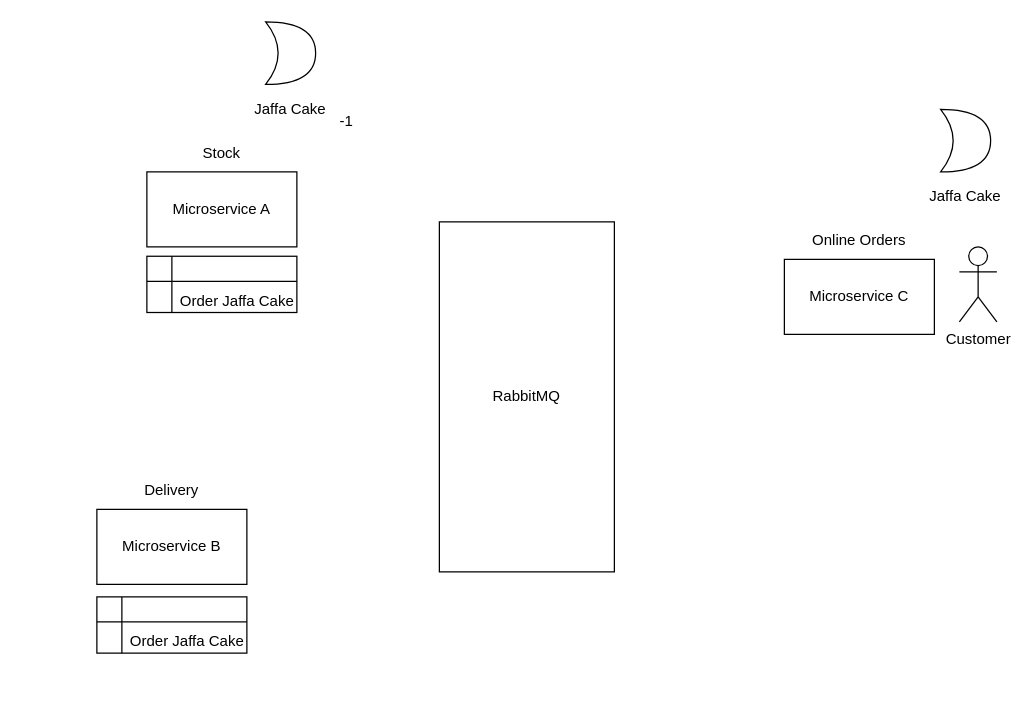
128BitStudios/microservices_nestjs_rabbitmq_course keeps this draw.io diagram as docs/arch-diagram.drawio. Above is the earlier version. Source tidied: cells renumbered, new cells numbered last; positions are measured from the earlier drawing's top-left corner, leaving out a move shared by most shapes. Both pictures are drawn from the tidied source at 125%, with x=0, y=0 at pixel (96, 21).
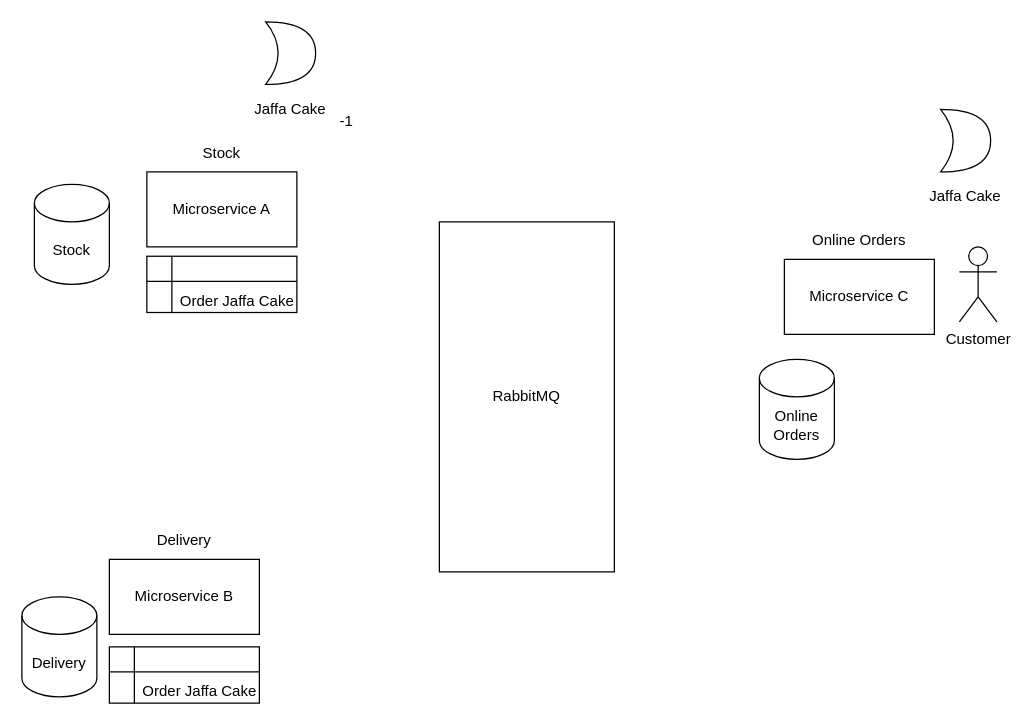
Above is the later version.

The edit, as a diff of the source:
```diff
@@
 <mxGraphModel>
   <root>
     <mxCell id="0" />
     <mxCell id="1" parent="0" />
     <mxCell id="2" value="Microservice A" style="rounded=0;whiteSpace=wrap;html=1;" parent="1" vertex="1">
       <mxGeometry x="40" y="120" width="120" height="60" as="geometry" />
     </mxCell>
     <mxCell id="3" value="Microservice B" style="rounded=0;whiteSpace=wrap;html=1;" parent="1" vertex="1">
-      <mxGeometry y="390" width="120" height="60" as="geometry" />
+      <mxGeometry x="10" y="430" width="120" height="60" as="geometry" />
     </mxCell>
     <mxCell id="4" value="Microservice C" style="rounded=0;whiteSpace=wrap;html=1;" parent="1" vertex="1">
       <mxGeometry x="550" y="190" width="120" height="60" as="geometry" />
     </mxCell>
     <mxCell id="5" value="RabbitMQ" style="rounded=0;whiteSpace=wrap;html=1;" parent="1" vertex="1">
       <mxGeometry x="274" y="160" width="140" height="280" as="geometry" />
     </mxCell>
     <mxCell id="6" value="Online Orders" style="text;html=1;strokeColor=none;fillColor=none;align=center;verticalAlign=middle;whiteSpace=wrap;rounded=0;" parent="1" vertex="1">
       <mxGeometry x="570" y="160" width="80" height="30" as="geometry" />
     </mxCell>
     <mxCell id="7" value="Stock" style="text;html=1;strokeColor=none;fillColor=none;align=center;verticalAlign=middle;whiteSpace=wrap;rounded=0;" parent="1" vertex="1">
       <mxGeometry x="60" y="90" width="80" height="30" as="geometry" />
     </mxCell>
     <mxCell id="8" value="Delivery" style="text;html=1;strokeColor=none;fillColor=none;align=center;verticalAlign=middle;whiteSpace=wrap;rounded=0;" parent="1" vertex="1">
-      <mxGeometry x="20" y="360" width="80" height="30" as="geometry" />
+      <mxGeometry x="30" y="400" width="80" height="30" as="geometry" />
     </mxCell>
     <mxCell id="9" value="Customer" style="shape=umlActor;verticalLabelPosition=bottom;verticalAlign=top;html=1;" parent="1" vertex="1">
       <mxGeometry x="690" y="180" width="30" height="60" as="geometry" />
     </mxCell>
     <mxCell id="10" style="shape=xor;whiteSpace=wrap;html=1;" parent="1" vertex="1">
       <mxGeometry x="675" y="70" width="40" height="50" as="geometry" />
     </mxCell>
     <mxCell id="11" value="Jaffa Cake" style="text;html=1;strokeColor=none;fillColor=none;align=center;verticalAlign=middle;whiteSpace=wrap;rounded=0;" parent="1" vertex="1">
       <mxGeometry x="660" y="130" width="70" height="20" as="geometry" />
     </mxCell>
     <mxCell id="12" value="Order Jaffa Cake" style="shape=internalStorage;whiteSpace=wrap;html=1;backgroundOutline=1;align=right;verticalAlign=bottom;" parent="1" vertex="1">
       <mxGeometry x="40" y="187.5" width="120" height="45" as="geometry" />
     </mxCell>
     <mxCell id="13" value="Order Jaffa Cake" style="shape=internalStorage;whiteSpace=wrap;html=1;backgroundOutline=1;align=right;verticalAlign=bottom;" parent="1" vertex="1">
-      <mxGeometry y="460" width="120" height="45" as="geometry" />
+      <mxGeometry x="10" y="500" width="120" height="45" as="geometry" />
     </mxCell>
     <mxCell id="14" value="-1" style="text;html=1;strokeColor=none;fillColor=none;align=center;verticalAlign=middle;whiteSpace=wrap;rounded=0;" parent="1" vertex="1">
       <mxGeometry x="180" y="70" width="40" height="20" as="geometry" />
     </mxCell>
     <mxCell id="15" style="shape=xor;whiteSpace=wrap;html=1;" parent="1" vertex="1">
       <mxGeometry x="135" width="40" height="50" as="geometry" />
     </mxCell>
     <mxCell id="16" value="Jaffa Cake" style="text;html=1;strokeColor=none;fillColor=none;align=center;verticalAlign=middle;whiteSpace=wrap;rounded=0;" parent="1" vertex="1">
       <mxGeometry x="120" y="60" width="70" height="20" as="geometry" />
     </mxCell>
+    <mxCell id="17" value="Stock" style="shape=cylinder3;whiteSpace=wrap;html=1;boundedLbl=1;backgroundOutline=1;size=15;" parent="1" vertex="1">
+      <mxGeometry x="-50" y="130" width="60" height="80" as="geometry" />
+    </mxCell>
+    <mxCell id="18" value="Online&lt;br&gt;Orders" style="shape=cylinder3;whiteSpace=wrap;html=1;boundedLbl=1;backgroundOutline=1;size=15;" parent="1" vertex="1">
+      <mxGeometry x="530" y="270" width="60" height="80" as="geometry" />
+    </mxCell>
+    <mxCell id="19" value="Delivery" style="shape=cylinder3;whiteSpace=wrap;html=1;boundedLbl=1;backgroundOutline=1;size=15;" parent="1" vertex="1">
+      <mxGeometry x="-60" y="460" width="60" height="80" as="geometry" />
+    </mxCell>
   </root>
 </mxGraphModel>
```
